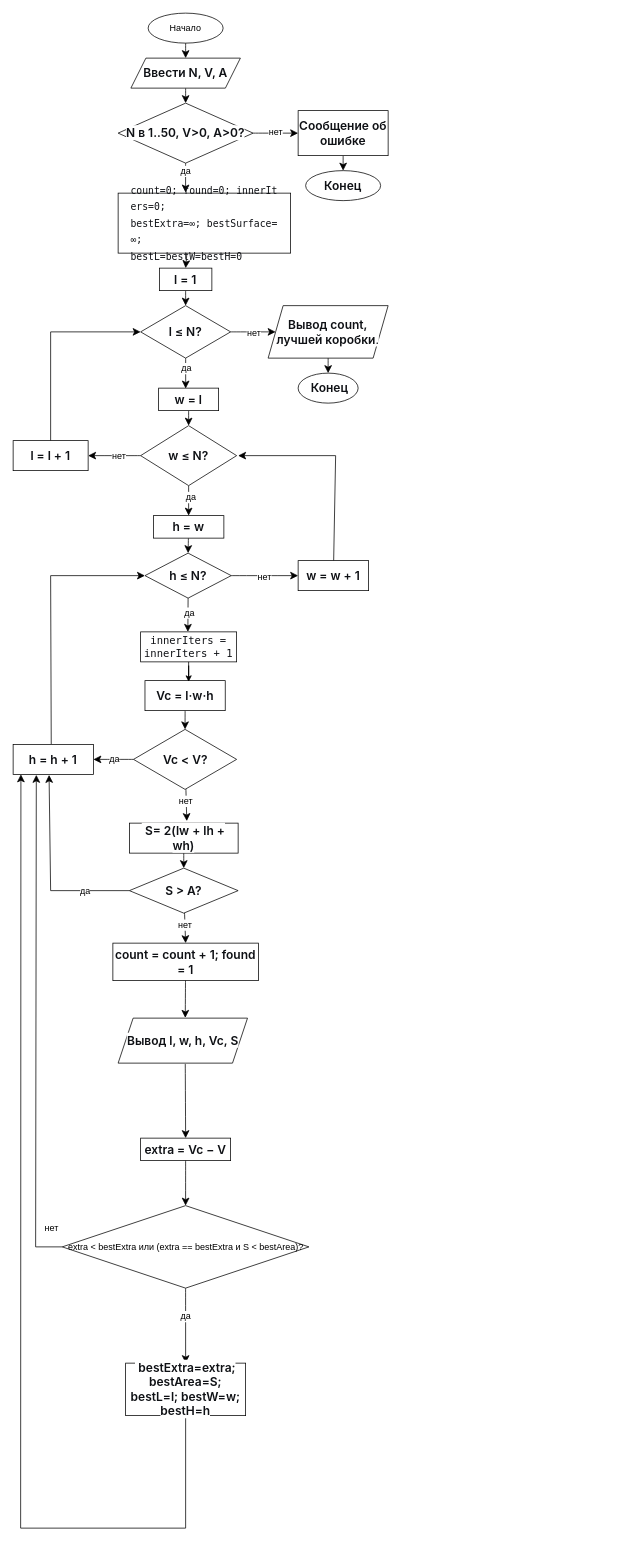
Above: flowchart.drawio in nesromanovich/lab03_variant_18 (draw.io), before the change. Source tidied: cells renumbered, new cells numbered last; positions are measured from the earlier drawing's top-left corner, leaving out a move shared by most shapes. Both pictures are drawn from the tidied source at 75%, with x=0, y=0 at pixel (13, 13).
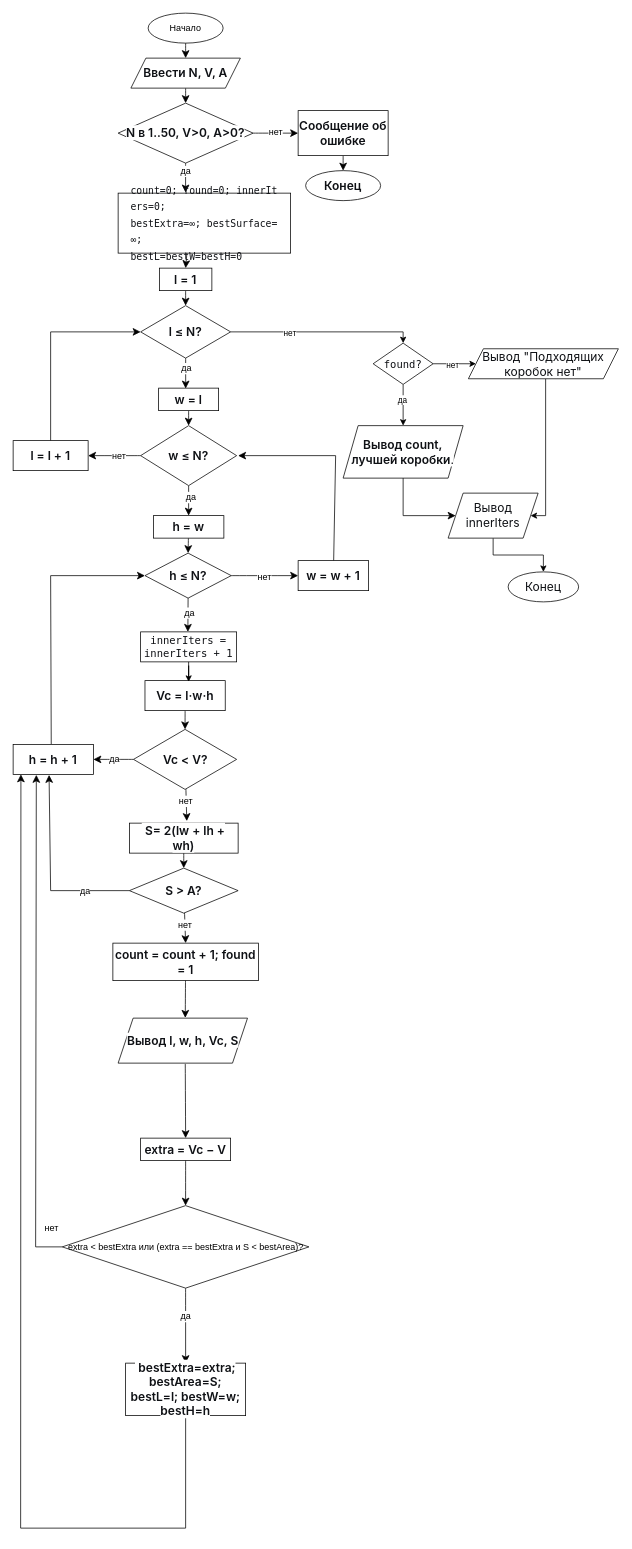
The same diagram, later.

Commit message (it also covers changes not shown here):
добавил блок-схему и main.c

Unchanged cells that the change refers to:
```xml
<mxCell id="21" value="&lt;span style=&quot;font-weight: 600; color: rgb(15, 17, 21); font-family: quote-cjk-patch, Inter, system-ui, -apple-system, BlinkMacSystemFont, &amp;quot;Segoe UI&amp;quot;, Roboto, Oxygen, Ubuntu, Cantarell, &amp;quot;Open Sans&amp;quot;, &amp;quot;Helvetica Neue&amp;quot;, sans-serif; font-size: 16px; text-align: start; background-color: rgb(255, 255, 255);&quot;&gt;&lt;span class=&quot;&quot;&gt;l ≤ N?&lt;/span&gt;&lt;/span&gt;" style="rhombus;whiteSpace=wrap;html=1;shapeInside=1;" parent="1" vertex="1">
  <mxGeometry x="170" y="390" width="120" height="70" as="geometry" />
</mxCell>
```

What changed in the source:
```diff
@@
+    <mxCell id="76" style="edgeStyle=orthogonalEdgeStyle;rounded=0;jettySize=auto;html=1;curved=0;exitX=1;exitY=0.5;exitDx=0;exitDy=0;entryX=0.5;entryY=0;entryDx=0;entryDy=0;" parent="1" edge="1" source="21" target="82">
+      <mxGeometry x="0.08" relative="1" as="geometry">
+        <Array as="points">
+          <mxPoint x="520" y="425" />
+        </Array>
+      </mxGeometry>
+    </mxCell>
+    <mxCell id="77" value="нет" style="edgeLabel;html=1;align=center;verticalAlign=middle;" parent="76" vertex="1">
+      <mxGeometry x="-0.36" y="-1" relative="1" as="geometry" />
+    </mxCell>
@@
     <mxCell id="22" value="&lt;span style=&quot;font-weight: 600; color: rgb(15, 17, 21); font-family: quote-cjk-patch, Inter, system-ui, -apple-system, BlinkMacSystemFont, &amp;quot;Segoe UI&amp;quot;, Roboto, Oxygen, Ubuntu, Cantarell, &amp;quot;Open Sans&amp;quot;, &amp;quot;Helvetica Neue&amp;quot;, sans-serif; font-size: 16px; text-align: start; background-color: rgb(255, 255, 255);&quot;&gt;&lt;span class=&quot;&quot;&gt;Вывод count, лучшей коробки&lt;/span&gt;&lt;/span&gt;&lt;span class=&quot;&quot; style=&quot;color: rgb(15, 17, 21); font-family: quote-cjk-patch, Inter, system-ui, -apple-system, BlinkMacSystemFont, &amp;quot;Segoe UI&amp;quot;, Roboto, Oxygen, Ubuntu, Cantarell, &amp;quot;Open Sans&amp;quot;, &amp;quot;Helvetica Neue&amp;quot;, sans-serif; font-size: 16px; text-align: start; background-color: rgb(255, 255, 255);&quot;&gt;.&lt;/span&gt;" style="shape=parallelogram;perimeter=parallelogramPerimeter;whiteSpace=wrap;html=1;shapeInside=1;fixedSize=1;" parent="1" vertex="1">
-      <mxGeometry x="340" y="390" width="160" height="70" as="geometry" />
+      <mxGeometry x="440" y="550" width="160" height="70" as="geometry" />
     </mxCell>
-    <mxCell id="23" style="edgeStyle=none;curved=1;rounded=0;curveGeometry=1;jettySize=auto;html=1;entryX=0;entryY=0.5;entryDx=0;entryDy=0;fontSize=12;startSize=8;endSize=8;" parent="1" edge="1" source="21" target="22">
-      <mxGeometry relative="1" as="geometry" />
-    </mxCell>
-    <mxCell id="24" value="нет" style="edgeLabel;html=1;align=center;verticalAlign=middle;fontSize=12;" parent="23" vertex="1">
-      <mxGeometry x="0.01" y="-1" relative="1" as="geometry" />
-    </mxCell>
-    <mxCell id="25" value="&lt;span class=&quot;&quot; style=&quot;color: rgb(15, 17, 21); font-family: quote-cjk-patch, Inter, system-ui, -apple-system, BlinkMacSystemFont, &amp;quot;Segoe UI&amp;quot;, Roboto, Oxygen, Ubuntu, Cantarell, &amp;quot;Open Sans&amp;quot;, &amp;quot;Helvetica Neue&amp;quot;, sans-serif; font-size: 16px; text-align: start; background-color: rgb(255, 255, 255);&quot;&gt;&amp;nbsp;&lt;/span&gt;&lt;span style=&quot;font-weight: 600; color: rgb(15, 17, 21); font-family: quote-cjk-patch, Inter, system-ui, -apple-system, BlinkMacSystemFont, &amp;quot;Segoe UI&amp;quot;, Roboto, Oxygen, Ubuntu, Cantarell, &amp;quot;Open Sans&amp;quot;, &amp;quot;Helvetica Neue&amp;quot;, sans-serif; font-size: 16px; text-align: start; background-color: rgb(255, 255, 255);&quot;&gt;&lt;span class=&quot;&quot;&gt;Конец&lt;/span&gt;&lt;/span&gt;" style="ellipse;whiteSpace=wrap;html=1;shapeInside=1;" parent="1" vertex="1">
-      <mxGeometry x="380" y="480" width="80" height="40" as="geometry" />
-    </mxCell>
-    <mxCell id="26" style="edgeStyle=none;curved=1;rounded=0;curveGeometry=1;jettySize=auto;html=1;entryX=0.5;entryY=0;entryDx=0;entryDy=0;fontSize=12;startSize=8;endSize=8;" parent="1" edge="1" source="22" target="25">
-      <mxGeometry relative="1" as="geometry" />
+    <mxCell id="26" style="edgeStyle=none;curved=0;rounded=0;jettySize=auto;html=1;entryX=0;entryY=0.5;entryDx=0;entryDy=0;fontSize=12;startSize=8;endSize=8;" parent="1" edge="1" source="22" target="86">
+      <mxGeometry relative="1" as="geometry">
+        <Array as="points">
+          <mxPoint x="520" y="670" />
+        </Array>
+      </mxGeometry>
     </mxCell>
@@
+    <mxCell id="78" style="edgeStyle=orthogonalEdgeStyle;rounded=0;jettySize=auto;html=1;" parent="1" edge="1" source="82" target="84">
+      <mxGeometry relative="1" as="geometry" />
+    </mxCell>
+    <mxCell id="79" value="нет" style="edgeLabel;html=1;align=center;verticalAlign=middle;" parent="78" vertex="1">
+      <mxGeometry x="-0.11" y="-1" relative="1" as="geometry" />
+    </mxCell>
+    <mxCell id="80" style="edgeStyle=orthogonalEdgeStyle;rounded=0;jettySize=auto;html=1;entryX=0.5;entryY=0;entryDx=0;entryDy=0;" parent="1" edge="1" source="82" target="22">
+      <mxGeometry relative="1" as="geometry" />
+    </mxCell>
+    <mxCell id="81" value="да" style="edgeLabel;html=1;align=center;verticalAlign=middle;" parent="80" vertex="1">
+      <mxGeometry x="-0.28" y="-2" relative="1" as="geometry" />
+    </mxCell>
+    <mxCell id="82" value="&lt;span style=&quot;color: rgb(15, 17, 21); font-family: Menlo, Monaco, Consolas, &amp;quot;Cascadia Mono&amp;quot;, &amp;quot;Ubuntu Mono&amp;quot;, &amp;quot;DejaVu Sans Mono&amp;quot;, &amp;quot;Liberation Mono&amp;quot;, &amp;quot;JetBrains Mono&amp;quot;, &amp;quot;Fira Code&amp;quot;, Cousine, &amp;quot;Roboto Mono&amp;quot;, &amp;quot;Courier New&amp;quot;, Courier, sans-serif, system-ui; font-size: 14px; text-align: start; background-color: rgb(255, 255, 255);&quot;&gt;found?&lt;/span&gt;" style="rhombus;whiteSpace=wrap;html=1;shapeInside=1;" parent="1" vertex="1">
+      <mxGeometry x="480" y="440" width="80" height="55" as="geometry" />
+    </mxCell>
+    <mxCell id="83" style="edgeStyle=orthogonalEdgeStyle;rounded=0;jettySize=auto;html=1;entryX=1;entryY=0.5;entryDx=0;entryDy=0;curved=0;" parent="1" edge="1" source="84" target="86">
+      <mxGeometry x="0.1" relative="1" as="geometry">
+        <Array as="points">
+          <mxPoint x="710" y="670" />
+        </Array>
+      </mxGeometry>
+    </mxCell>
+    <mxCell id="84" value="&lt;span style=&quot;color: rgb(15, 17, 21); font-family: quote-cjk-patch, Inter, system-ui, -apple-system, BlinkMacSystemFont, &amp;quot;Segoe UI&amp;quot;, Roboto, Oxygen, Ubuntu, Cantarell, &amp;quot;Open Sans&amp;quot;, &amp;quot;Helvetica Neue&amp;quot;, sans-serif; font-size: 16px; background-color: rgb(255, 255, 255);&quot;&gt;&lt;div style=&quot;&quot;&gt;&lt;span style=&quot;text-decoration-line: inherit;&quot;&gt;Вывод&amp;nbsp;&lt;/span&gt;&lt;span style=&quot;text-decoration-line: inherit;&quot;&gt;&quot;Подходящих коробок нет&quot;&lt;/span&gt;&lt;/div&gt;&lt;/span&gt;" style="shape=parallelogram;perimeter=parallelogramPerimeter;whiteSpace=wrap;html=1;shapeInside=1;fixedSize=1;" parent="1" vertex="1">
+      <mxGeometry x="607" y="447.5" width="200" height="40" as="geometry" />
+    </mxCell>
+    <mxCell id="85" style="edgeStyle=orthogonalEdgeStyle;rounded=0;jettySize=auto;html=1;entryX=0.5;entryY=0;entryDx=0;entryDy=0;" parent="1" edge="1" source="86" target="25">
+      <mxGeometry relative="1" as="geometry" />
+    </mxCell>
+    <mxCell id="86" value="&lt;span style=&quot;color: rgb(15, 17, 21); font-family: quote-cjk-patch, Inter, system-ui, -apple-system, BlinkMacSystemFont, &amp;quot;Segoe UI&amp;quot;, Roboto, Oxygen, Ubuntu, Cantarell, &amp;quot;Open Sans&amp;quot;, &amp;quot;Helvetica Neue&amp;quot;, sans-serif; font-size: 16px; text-align: start; background-color: rgb(255, 255, 255);&quot;&gt;Вывод innerIters&lt;/span&gt;" style="shape=parallelogram;perimeter=parallelogramPerimeter;whiteSpace=wrap;html=1;shapeInside=1;fixedSize=1;" parent="1" vertex="1">
+      <mxGeometry x="580" y="640" width="120" height="60" as="geometry" />
+    </mxCell>
+    <mxCell id="25" value="&lt;span style=&quot;color: rgb(15, 17, 21); font-family: quote-cjk-patch, Inter, system-ui, -apple-system, BlinkMacSystemFont, &amp;quot;Segoe UI&amp;quot;, Roboto, Oxygen, Ubuntu, Cantarell, &amp;quot;Open Sans&amp;quot;, &amp;quot;Helvetica Neue&amp;quot;, sans-serif; font-size: 16px; text-align: start; background-color: rgb(255, 255, 255);&quot;&gt;Конец&lt;/span&gt;" style="ellipse;whiteSpace=wrap;html=1;shapeInside=1;" parent="1" vertex="1">
+      <mxGeometry x="660" y="745" width="94" height="40" as="geometry" />
+    </mxCell>
```
